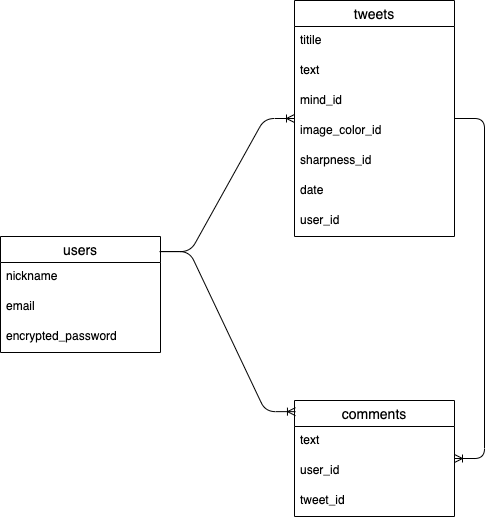
The draw.io diagram app/controllers/nemuru.drawio.png in yuki-brave/nemuru, before a commit. Source tidied: cells renumbered, new cells last; positions are measured from the earlier drawing's top-left corner, leaving out a move shared by most shapes.
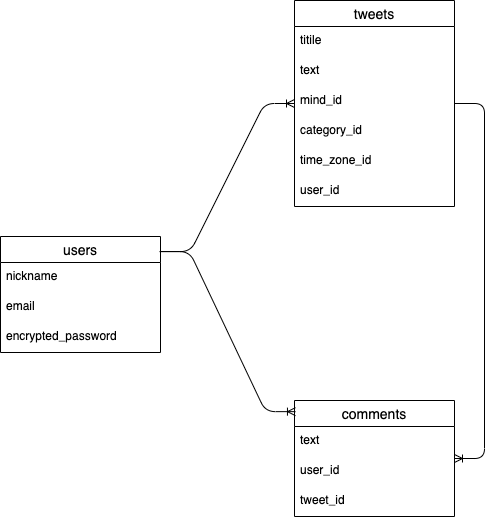
The same file after the commit.

The edit, as a diff of the source:
```diff
@@ -15,7 +15,7 @@
       <mxGeometry y="86" width="160" height="30" as="geometry" />
     </mxCell>
     <mxCell id="6" value="tweets" style="swimlane;fontStyle=0;horizontal=1;startSize=26;align=center;fontSize=14;" parent="1" vertex="1">
-      <mxGeometry x="294" width="160" height="236" as="geometry" />
+      <mxGeometry x="294" width="160" height="206" as="geometry" />
     </mxCell>
     <mxCell id="7" value="titile" style="text;strokeColor=none;fillColor=none;spacingLeft=4;spacingRight=4;overflow=hidden;fontSize=12;" parent="6" vertex="1">
       <mxGeometry y="26" width="160" height="30" as="geometry" />
@@ -26,17 +26,14 @@
     <mxCell id="9" value="mind_id" style="text;strokeColor=none;fillColor=none;spacingLeft=4;spacingRight=4;overflow=hidden;fontSize=12;" parent="6" vertex="1">
       <mxGeometry y="86" width="160" height="30" as="geometry" />
     </mxCell>
-    <mxCell id="10" value="image_color_id" style="text;strokeColor=none;fillColor=none;spacingLeft=4;spacingRight=4;overflow=hidden;fontSize=12;" parent="6" vertex="1">
+    <mxCell id="10" value="category_id" style="text;strokeColor=none;fillColor=none;spacingLeft=4;spacingRight=4;overflow=hidden;fontSize=12;" parent="6" vertex="1">
       <mxGeometry y="116" width="160" height="30" as="geometry" />
     </mxCell>
-    <mxCell id="11" value="sharpness_id" style="text;strokeColor=none;fillColor=none;spacingLeft=4;spacingRight=4;overflow=hidden;fontSize=12;" parent="6" vertex="1">
+    <mxCell id="11" value="time_zone_id" style="text;strokeColor=none;fillColor=none;spacingLeft=4;spacingRight=4;overflow=hidden;fontSize=12;" parent="6" vertex="1">
       <mxGeometry y="146" width="160" height="30" as="geometry" />
     </mxCell>
-    <mxCell id="12" value="date" style="text;strokeColor=none;fillColor=none;spacingLeft=4;spacingRight=4;overflow=hidden;fontSize=12;" parent="6" vertex="1">
-      <mxGeometry y="176" width="160" height="30" as="geometry" />
-    </mxCell>
     <mxCell id="13" value="user_id" style="text;strokeColor=none;fillColor=none;spacingLeft=4;spacingRight=4;overflow=hidden;fontSize=12;" parent="6" vertex="1">
-      <mxGeometry y="206" width="160" height="30" as="geometry" />
+      <mxGeometry y="176" width="160" height="30" as="geometry" />
     </mxCell>
     <mxCell id="14" style="edgeStyle=entityRelationEdgeStyle;fontSize=12;html=1;endArrow=ERoneToMany;exitX=1;exitY=0.13;exitDx=0;exitDy=0;exitPerimeter=0;" parent="1" edge="1" source="2" target="6">
       <mxGeometry relative="1" as="geometry" />
```
